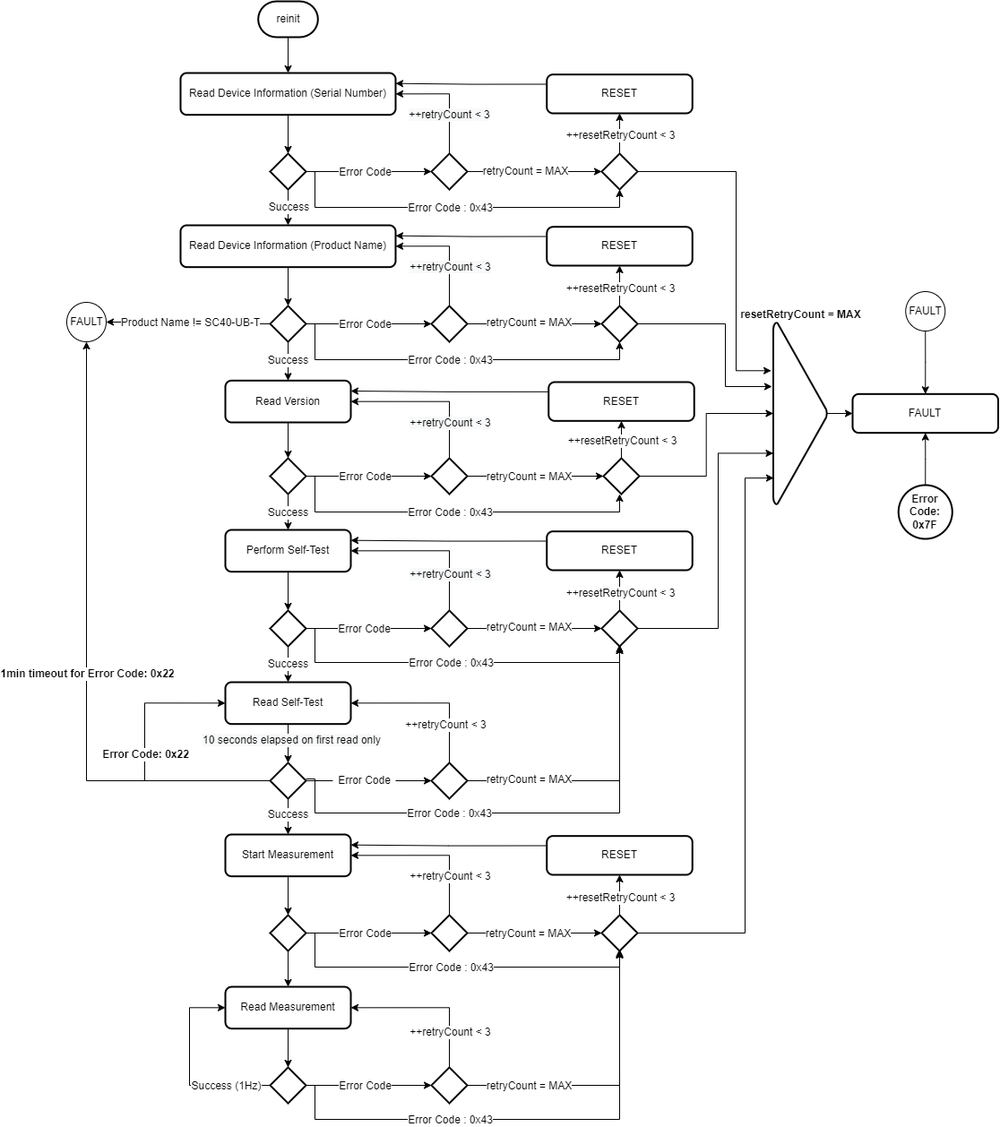
Above: co2_phase_fault.drawio.png in dennisintal/playground (draw.io), before the change. Source tidied: cells renumbered, new cells last; positions are measured from the earlier drawing's top-left corner, leaving out a move shared by most shapes.
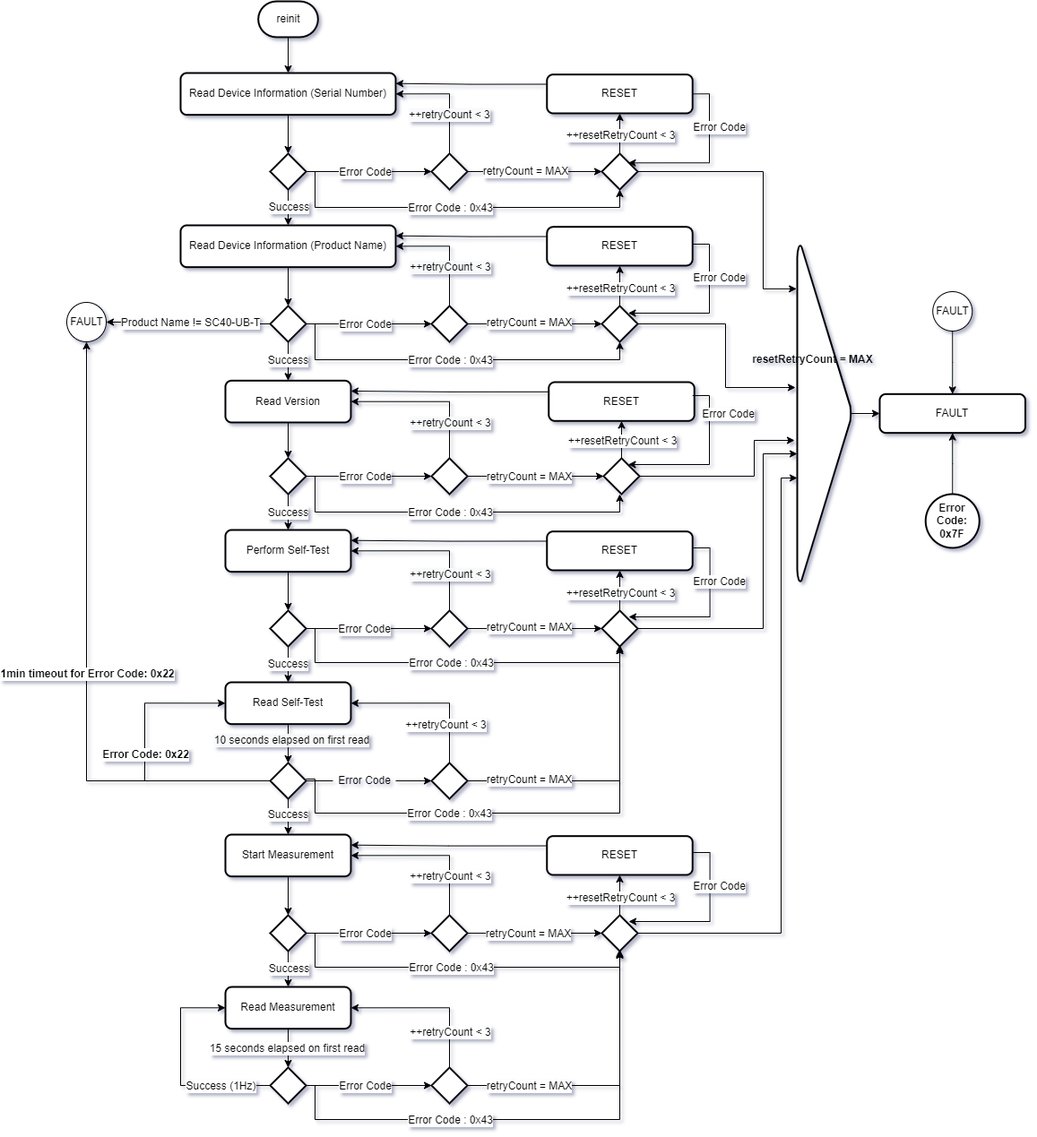
After the commit.

Commit message:
Added reset error code

What changed in the source:
```diff
@@ -114,7 +114,7 @@
     <mxCell id="31" style="edgeStyle=orthogonalEdgeStyle;rounded=0;jettySize=auto;html=1;exitX=0.5;exitY=1;exitDx=0;exitDy=0;entryX=0.5;entryY=0;entryDx=0;entryDy=0;entryPerimeter=0;" parent="1" edge="1" source="33" target="45">
       <mxGeometry relative="1" as="geometry" />
     </mxCell>
-    <mxCell id="32" value="&lt;span style=&quot;font-size: 12px ; background-color: rgb(248 , 249 , 250)&quot;&gt;10 seconds elapsed on first read only&lt;/span&gt;" style="edgeLabel;html=1;align=center;verticalAlign=middle;" parent="31" vertex="1">
+    <mxCell id="32" value="&lt;span style=&quot;font-size: 12px ; background-color: rgb(248 , 249 , 250)&quot;&gt;10 seconds elapsed on first read&lt;/span&gt;" style="edgeLabel;html=1;align=center;verticalAlign=middle;" parent="31" vertex="1">
       <mxGeometry x="-0.23" y="3" relative="1" as="geometry" />
     </mxCell>
     <mxCell id="33" value="Read Self-Test" style="rounded=1;whiteSpace=wrap;html=1;absoluteArcSize=1;arcSize=14;strokeWidth=2;" parent="1" vertex="1">
@@ -268,10 +268,10 @@
       <mxGeometry relative="1" as="geometry" />
     </mxCell>
     <mxCell id="71" style="verticalLabelPosition=bottom;verticalAlign=top;html=1;shape=mxgraph.flowchart.on-page_reference;" parent="1" vertex="1">
-      <mxGeometry x="939.2" y="324" width="44" height="44" as="geometry" />
+      <mxGeometry x="969.2" y="324" width="44" height="44" as="geometry" />
     </mxCell>
     <mxCell id="72" value="FAULT" style="text;html=1;align=center;verticalAlign=middle;strokeColor=none;fillColor=none;" parent="1" vertex="1">
-      <mxGeometry x="936.2" y="336" width="50" height="20" as="geometry" />
+      <mxGeometry x="966.2" y="336" width="50" height="20" as="geometry" />
     </mxCell>
     <mxCell id="73" value="Error Code" style="text;html=1;align=center;verticalAlign=middle;points=[];strokeColor=none;fillColor=none;" parent="1" vertex="1">
       <mxGeometry x="300" y="860" width="70" height="20" as="geometry" />
@@ -284,10 +284,10 @@
     </mxCell>
     <mxCell id="76" style="edgeStyle=orthogonalEdgeStyle;rounded=0;jettySize=auto;html=1;exitX=1;exitY=0.5;exitDx=0;exitDy=0;exitPerimeter=0;fontSize=12;" parent="1" edge="1" source="77">
       <mxGeometry relative="1" as="geometry">
-        <mxPoint x="790" y="430" as="targetPoint" />
+        <mxPoint x="816" y="431" as="targetPoint" />
         <Array as="points">
           <mxPoint x="738" y="360" />
-          <mxPoint x="738" y="430" />
+          <mxPoint x="738" y="431" />
         </Array>
       </mxGeometry>
     </mxCell>
@@ -302,11 +302,11 @@
         <mxPoint y="-6" as="offset" />
       </mxGeometry>
     </mxCell>
-    <mxCell id="80" style="edgeStyle=orthogonalEdgeStyle;rounded=0;jettySize=auto;html=1;exitX=1;exitY=0.5;exitDx=0;exitDy=0;exitPerimeter=0;fontSize=12;entryX=0.735;entryY=-0.04;entryDx=0;entryDy=0;entryPerimeter=0;" parent="1" edge="1" source="81" target="107">
+    <mxCell id="80" style="edgeStyle=orthogonalEdgeStyle;rounded=0;jettySize=auto;html=1;exitX=1;exitY=0.5;exitDx=0;exitDy=0;exitPerimeter=0;fontSize=12;entryX=0.87;entryY=-0.013;entryDx=0;entryDy=0;entryPerimeter=0;" parent="1" edge="1" source="81" target="107">
       <mxGeometry relative="1" as="geometry">
         <Array as="points">
-          <mxPoint x="750" y="190" />
-          <mxPoint x="750" y="412" />
+          <mxPoint x="780" y="190" />
+          <mxPoint x="780" y="321" />
         </Array>
       </mxGeometry>
     </mxCell>
@@ -316,6 +316,19 @@
     <mxCell id="82" style="edgeStyle=orthogonalEdgeStyle;rounded=0;jettySize=auto;html=1;exitX=0;exitY=0.25;exitDx=0;exitDy=0;fontSize=12;entryX=1;entryY=0.25;entryDx=0;entryDy=0;" parent="1" edge="1" source="83" target="10">
       <mxGeometry relative="1" as="geometry" />
     </mxCell>
+    <mxCell id="150" style="edgeStyle=orthogonalEdgeStyle;rounded=0;jettySize=auto;html=1;exitX=1;exitY=0.5;exitDx=0;exitDy=0;entryX=0.735;entryY=0.258;entryDx=0;entryDy=0;entryPerimeter=0;fontSize=12;" parent="1" edge="1" source="83" target="81">
+      <mxGeometry relative="1" as="geometry">
+        <Array as="points">
+          <mxPoint x="720" y="103" />
+          <mxPoint x="720" y="180" />
+        </Array>
+      </mxGeometry>
+    </mxCell>
+    <mxCell id="151" value="Error Code" style="edgeLabel;html=1;align=center;verticalAlign=middle;fontSize=12;" parent="150" vertex="1">
+      <mxGeometry x="-0.48" relative="1" as="geometry">
+        <mxPoint x="10" y="7" as="offset" />
+      </mxGeometry>
+    </mxCell>
     <mxCell id="83" value="RESET" style="rounded=1;whiteSpace=wrap;html=1;absoluteArcSize=1;arcSize=14;strokeWidth=2;" parent="1" vertex="1">
       <mxGeometry x="538.8" y="81.7" width="162.5" height="43.3" as="geometry" />
     </mxCell>
@@ -331,8 +344,14 @@
     <mxCell id="87" style="edgeStyle=orthogonalEdgeStyle;rounded=0;jettySize=auto;html=1;exitX=0.5;exitY=0;exitDx=0;exitDy=0;exitPerimeter=0;entryX=0.5;entryY=1;entryDx=0;entryDy=0;fontSize=12;" parent="1" edge="1" source="89" target="91">
       <mxGeometry relative="1" as="geometry" />
     </mxCell>
-    <mxCell id="88" style="edgeStyle=orthogonalEdgeStyle;rounded=0;jettySize=auto;html=1;exitX=1;exitY=0.5;exitDx=0;exitDy=0;exitPerimeter=0;fontSize=12;" parent="1" edge="1" source="89" target="107">
-      <mxGeometry relative="1" as="geometry" />
+    <mxCell id="88" style="edgeStyle=orthogonalEdgeStyle;rounded=0;jettySize=auto;html=1;exitX=1;exitY=0.5;exitDx=0;exitDy=0;exitPerimeter=0;fontSize=12;" parent="1" edge="1" source="89">
+      <mxGeometry relative="1" as="geometry">
+        <mxPoint x="815" y="490" as="targetPoint" />
+        <Array as="points">
+          <mxPoint x="770" y="530" />
+          <mxPoint x="770" y="490" />
+        </Array>
+      </mxGeometry>
     </mxCell>
     <mxCell id="89" style="strokeWidth=2;html=1;shape=mxgraph.flowchart.decision;whiteSpace=wrap;" parent="1" vertex="1">
       <mxGeometry x="602" y="510" width="40" height="40" as="geometry" />
@@ -349,11 +368,12 @@
     <mxCell id="93" style="edgeStyle=orthogonalEdgeStyle;rounded=0;jettySize=auto;html=1;exitX=0.5;exitY=0;exitDx=0;exitDy=0;exitPerimeter=0;entryX=0.5;entryY=1;entryDx=0;entryDy=0;fontSize=12;" parent="1" edge="1" source="95" target="97">
       <mxGeometry relative="1" as="geometry" />
     </mxCell>
-    <mxCell id="94" style="edgeStyle=orthogonalEdgeStyle;rounded=0;jettySize=auto;html=1;exitX=1;exitY=0.5;exitDx=0;exitDy=0;exitPerimeter=0;entryX=0.281;entryY=0;entryDx=0;entryDy=0;entryPerimeter=0;fontSize=12;" parent="1" edge="1" source="95" target="107">
+    <mxCell id="94" style="edgeStyle=orthogonalEdgeStyle;rounded=0;jettySize=auto;html=1;exitX=1;exitY=0.5;exitDx=0;exitDy=0;exitPerimeter=0;fontSize=12;" parent="1" edge="1" source="95">
       <mxGeometry relative="1" as="geometry">
+        <mxPoint x="818" y="505" as="targetPoint" />
         <Array as="points">
-          <mxPoint x="730" y="700" />
-          <mxPoint x="730" y="505" />
+          <mxPoint x="780" y="700" />
+          <mxPoint x="780" y="505" />
         </Array>
       </mxGeometry>
     </mxCell>
@@ -388,22 +408,22 @@
       <mxGeometry x="25" y="750" as="geometry" />
     </mxCell>
     <mxCell id="105" value="FAULT" style="rounded=1;whiteSpace=wrap;html=1;absoluteArcSize=1;arcSize=14;strokeWidth=2;" parent="1" vertex="1">
-      <mxGeometry x="880" y="438.3" width="162.5" height="43.3" as="geometry" />
+      <mxGeometry x="910" y="438.3" width="162.5" height="43.3" as="geometry" />
     </mxCell>
     <mxCell id="106" style="edgeStyle=orthogonalEdgeStyle;rounded=0;jettySize=auto;html=1;exitX=0.5;exitY=1;exitDx=0;exitDy=0;exitPerimeter=0;entryX=0;entryY=0.5;entryDx=0;entryDy=0;fontSize=12;" parent="1" edge="1" source="107" target="105">
       <mxGeometry relative="1" as="geometry" />
     </mxCell>
     <mxCell id="107" style="strokeWidth=2;html=1;shape=mxgraph.flowchart.merge_or_storage;whiteSpace=wrap;fontSize=12;rotation=-90;" parent="1" vertex="1">
-      <mxGeometry x="720" y="430" width="203" height="60" as="geometry" />
+      <mxGeometry x="660" y="430" width="376" height="60" as="geometry" />
     </mxCell>
     <mxCell id="108" value="&lt;b&gt;resetRetryCount = MAX&lt;/b&gt;" style="text;html=1;align=center;verticalAlign=middle;strokeColor=none;fillColor=none;fontSize=12;" parent="1" vertex="1">
-      <mxGeometry x="746.5" y="340" width="150" height="20" as="geometry" />
+      <mxGeometry x="760" y="390" width="150" height="20" as="geometry" />
     </mxCell>
     <mxCell id="109" style="edgeStyle=orthogonalEdgeStyle;rounded=0;jettySize=auto;html=1;exitX=0.5;exitY=0;exitDx=0;exitDy=0;exitPerimeter=0;entryX=0.5;entryY=1;entryDx=0;entryDy=0;fontSize=12;" parent="1" edge="1" source="110" target="105">
       <mxGeometry relative="1" as="geometry" />
     </mxCell>
     <mxCell id="110" value="&lt;b&gt;Error Code: 0x7F&lt;/b&gt;" style="strokeWidth=2;html=1;shape=mxgraph.flowchart.start_2;whiteSpace=wrap;fontSize=12;" parent="1" vertex="1">
-      <mxGeometry x="931.2" y="540" width="60" height="60" as="geometry" />
+      <mxGeometry x="961.2" y="550" width="60" height="60" as="geometry" />
     </mxCell>
     <mxCell id="111" style="edgeStyle=orthogonalEdgeStyle;rounded=0;jettySize=auto;html=1;exitX=0.5;exitY=0;exitDx=0;exitDy=0;exitPerimeter=0;entryX=1;entryY=0.5;entryDx=0;entryDy=0;fontSize=12;" parent="1" edge="1" source="115" target="100">
       <mxGeometry relative="1" as="geometry" />
@@ -432,9 +452,14 @@
         <mxPoint x="18" as="offset" />
       </mxGeometry>
     </mxCell>
-    <mxCell id="118" style="edgeStyle=orthogonalEdgeStyle;rounded=0;jettySize=auto;html=1;exitX=0.5;exitY=1;exitDx=0;exitDy=0;exitPerimeter=0;entryX=0.5;entryY=0;entryDx=0;entryDy=0;fontSize=12;" parent="1" edge="1" source="119" target="136">
+    <mxCell id="118" style="edgeStyle=orthogonalEdgeStyle;rounded=0;jettySize=auto;html=1;exitX=0.5;exitY=1;exitDx=0;exitDy=0;exitPerimeter=0;fontSize=12;entryX=0.5;entryY=0;entryDx=0;entryDy=0;" parent="1" edge="1" source="119" target="136">
       <mxGeometry relative="1" as="geometry" />
     </mxCell>
+    <mxCell id="152" value="Success" style="edgeLabel;html=1;align=center;verticalAlign=middle;fontSize=12;" parent="118" vertex="1">
+      <mxGeometry x="0.59" y="1" relative="1" as="geometry">
+        <mxPoint x="-1" y="-12" as="offset" />
+      </mxGeometry>
+    </mxCell>
     <mxCell id="119" style="strokeWidth=2;html=1;shape=mxgraph.flowchart.decision;whiteSpace=wrap;" parent="1" vertex="1">
       <mxGeometry x="230" y="1020" width="40" height="40" as="geometry" />
     </mxCell>
@@ -513,11 +538,13 @@
     <mxCell id="130" style="edgeStyle=orthogonalEdgeStyle;rounded=0;jettySize=auto;html=1;exitX=0.5;exitY=0;exitDx=0;exitDy=0;exitPerimeter=0;entryX=0.5;entryY=1;entryDx=0;entryDy=0;fontSize=12;" parent="1" edge="1" source="132" target="129">
       <mxGeometry relative="1" as="geometry" />
     </mxCell>
-    <mxCell id="131" style="edgeStyle=orthogonalEdgeStyle;rounded=0;jettySize=auto;html=1;exitX=1;exitY=0.5;exitDx=0;exitDy=0;exitPerimeter=0;entryX=0.145;entryY=0.008;entryDx=0;entryDy=0;entryPerimeter=0;fontSize=12;" parent="1" edge="1" source="132" target="107">
+    <mxCell id="131" style="edgeStyle=orthogonalEdgeStyle;rounded=0;jettySize=auto;html=1;exitX=1;exitY=0.5;exitDx=0;exitDy=0;exitPerimeter=0;fontSize=12;" parent="1" edge="1" source="132">
       <mxGeometry relative="1" as="geometry">
+        <mxPoint x="819" y="532" as="targetPoint" />
         <Array as="points">
-          <mxPoint x="760" y="1040" />
-          <mxPoint x="760" y="532" />
+          <mxPoint x="800" y="1040" />
+          <mxPoint x="800" y="532" />
+          <mxPoint x="818" y="532" />
         </Array>
       </mxGeometry>
     </mxCell>
@@ -541,9 +568,12 @@
         <mxPoint x="6" y="-3" as="offset" />
       </mxGeometry>
     </mxCell>
-    <mxCell id="135" style="edgeStyle=orthogonalEdgeStyle;rounded=0;jettySize=auto;html=1;exitX=0.5;exitY=1;exitDx=0;exitDy=0;entryX=0.5;entryY=0;entryDx=0;entryDy=0;entryPerimeter=0;fontSize=12;" parent="1" edge="1" source="136" target="141">
+    <mxCell id="135" style="edgeStyle=orthogonalEdgeStyle;rounded=0;jettySize=auto;html=1;exitX=0.5;exitY=1;exitDx=0;exitDy=0;fontSize=12;entryX=0.5;entryY=0;entryDx=0;entryDy=0;entryPerimeter=0;" parent="1" edge="1" source="136" target="141">
       <mxGeometry relative="1" as="geometry" />
     </mxCell>
+    <mxCell id="153" value="15 seconds elapsed on first read" style="edgeLabel;html=1;align=center;verticalAlign=middle;fontSize=12;" parent="135" vertex="1">
+      <mxGeometry y="-2" relative="1" as="geometry" />
+    </mxCell>
     <mxCell id="136" value="Read Measurement" style="rounded=1;whiteSpace=wrap;html=1;absoluteArcSize=1;arcSize=14;strokeWidth=2;" parent="1" vertex="1">
       <mxGeometry x="180" y="1100" width="140" height="46.7" as="geometry" />
     </mxCell>
@@ -558,8 +588,8 @@
     <mxCell id="139" style="edgeStyle=orthogonalEdgeStyle;rounded=0;jettySize=auto;html=1;exitX=0;exitY=0.5;exitDx=0;exitDy=0;exitPerimeter=0;entryX=0;entryY=0.5;entryDx=0;entryDy=0;fontSize=12;" parent="1" edge="1" source="141" target="136">
       <mxGeometry relative="1" as="geometry">
         <Array as="points">
-          <mxPoint x="140" y="1210" />
-          <mxPoint x="140" y="1123" />
+          <mxPoint x="130" y="1210" />
+          <mxPoint x="130" y="1123" />
         </Array>
       </mxGeometry>
     </mxCell>
@@ -609,5 +639,65 @@
     <mxCell id="149" value="++resetRetryCount &amp;lt; 3" style="edgeLabel;html=1;align=center;verticalAlign=middle;fontSize=12;" parent="1" vertex="1">
       <mxGeometry x="620" y="1000" as="geometry" />
     </mxCell>
+    <mxCell id="154" style="edgeStyle=orthogonalEdgeStyle;rounded=0;orthogonalLoop=1;jettySize=auto;html=1;exitX=1;exitY=0.5;exitDx=0;exitDy=0;entryX=0.735;entryY=0.258;entryDx=0;entryDy=0;entryPerimeter=0;fontSize=12;" parent="1" edge="1">
+      <mxGeometry relative="1" as="geometry">
+        <mxPoint x="701.2" y="271" as="sourcePoint" />
+        <mxPoint x="629.4" y="348" as="targetPoint" />
+        <Array as="points">
+          <mxPoint x="720" y="270.7" />
+          <mxPoint x="720" y="347.7" />
+        </Array>
+      </mxGeometry>
+    </mxCell>
+    <mxCell id="155" value="Error Code" style="edgeLabel;html=1;align=center;verticalAlign=middle;fontSize=12;" parent="154" vertex="1">
+      <mxGeometry x="-0.48" relative="1" as="geometry">
+        <mxPoint x="10" y="7" as="offset" />
+      </mxGeometry>
+    </mxCell>
+    <mxCell id="156" style="edgeStyle=orthogonalEdgeStyle;rounded=0;orthogonalLoop=1;jettySize=auto;html=1;exitX=1;exitY=0.5;exitDx=0;exitDy=0;entryX=0.735;entryY=0.258;entryDx=0;entryDy=0;entryPerimeter=0;fontSize=12;" parent="1" edge="1">
+      <mxGeometry relative="1" as="geometry">
+        <mxPoint x="701.2" y="440" as="sourcePoint" />
+        <mxPoint x="629.4" y="517" as="targetPoint" />
+        <Array as="points">
+          <mxPoint x="720" y="439.7" />
+          <mxPoint x="720" y="516.7" />
+        </Array>
+      </mxGeometry>
+    </mxCell>
+    <mxCell id="157" value="Error Code" style="edgeLabel;html=1;align=center;verticalAlign=middle;fontSize=12;" parent="156" vertex="1">
+      <mxGeometry x="-0.48" relative="1" as="geometry">
+        <mxPoint x="20" y="-10" as="offset" />
+      </mxGeometry>
+    </mxCell>
+    <mxCell id="158" style="edgeStyle=orthogonalEdgeStyle;rounded=0;orthogonalLoop=1;jettySize=auto;html=1;exitX=1;exitY=0.5;exitDx=0;exitDy=0;entryX=0.735;entryY=0.258;entryDx=0;entryDy=0;entryPerimeter=0;fontSize=12;" parent="1" edge="1">
+      <mxGeometry relative="1" as="geometry">
+        <mxPoint x="701.8" y="610" as="sourcePoint" />
+        <mxPoint x="630" y="687" as="targetPoint" />
+        <Array as="points">
+          <mxPoint x="720.6" y="609.7" />
+          <mxPoint x="720.6" y="686.7" />
+        </Array>
+      </mxGeometry>
+    </mxCell>
+    <mxCell id="159" value="Error Code" style="edgeLabel;html=1;align=center;verticalAlign=middle;fontSize=12;" parent="158" vertex="1">
+      <mxGeometry x="-0.48" relative="1" as="geometry">
+        <mxPoint x="10" y="7" as="offset" />
+      </mxGeometry>
+    </mxCell>
+    <mxCell id="160" style="edgeStyle=orthogonalEdgeStyle;rounded=0;orthogonalLoop=1;jettySize=auto;html=1;exitX=1;exitY=0.5;exitDx=0;exitDy=0;entryX=0.735;entryY=0.258;entryDx=0;entryDy=0;entryPerimeter=0;fontSize=12;" parent="1" edge="1">
+      <mxGeometry relative="1" as="geometry">
+        <mxPoint x="701.8" y="950" as="sourcePoint" />
+        <mxPoint x="630" y="1027" as="targetPoint" />
+        <Array as="points">
+          <mxPoint x="720.6" y="949.7" />
+          <mxPoint x="720.6" y="1026.7" />
+        </Array>
+      </mxGeometry>
+    </mxCell>
+    <mxCell id="161" value="Error Code" style="edgeLabel;html=1;align=center;verticalAlign=middle;fontSize=12;" parent="160" vertex="1">
+      <mxGeometry x="-0.48" relative="1" as="geometry">
+        <mxPoint x="10" y="7" as="offset" />
+      </mxGeometry>
+    </mxCell>
   </root>
 </mxGraphModel>
```
